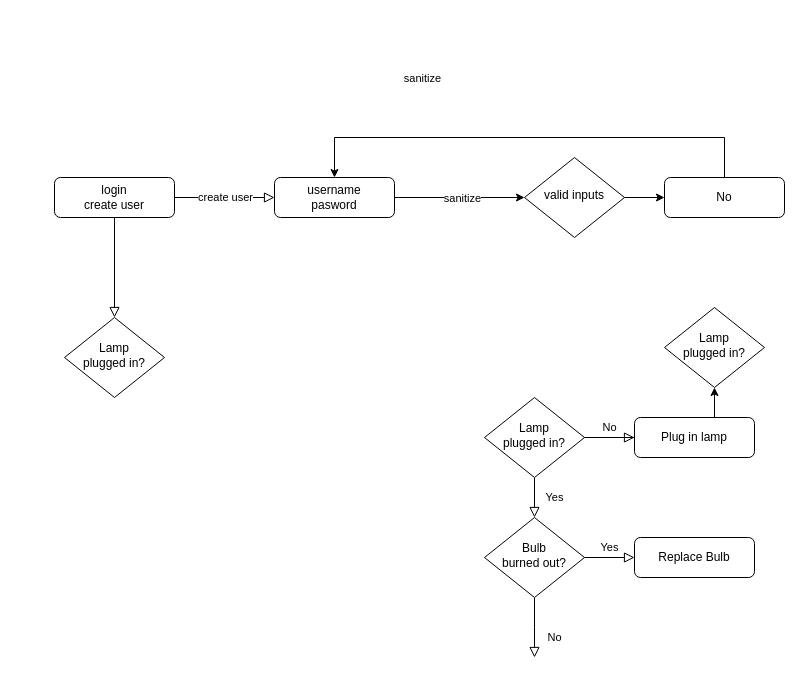
leaand01/simplePasswordManager keeps this draw.io diagram as Unavngivet diagram.drawio. Above is the earlier version. Source tidied: cells renumbered, new cells numbered last; positions are measured from the earlier drawing's top-left corner, leaving out a move shared by most shapes. Both pictures are drawn from the tidied source at 100%, with x=0, y=0 at pixel (54, 27).
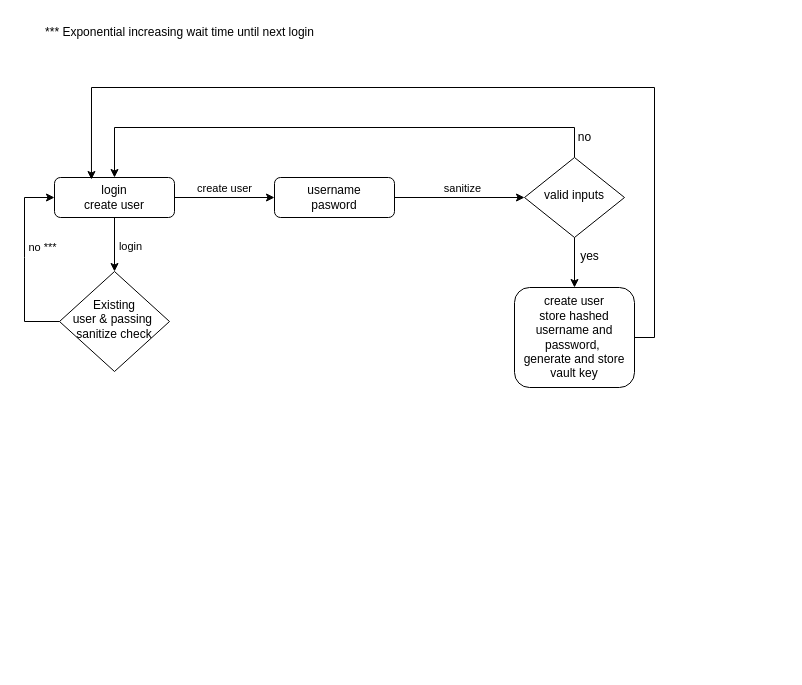
The same page after the edit.

The change refers to these unchanged cells:
```xml
<mxCell id="2" value="login&lt;div&gt;create user&lt;/div&gt;" style="rounded=1;whiteSpace=wrap;html=1;fontSize=12;glass=0;strokeWidth=1;shadow=0;" parent="1" vertex="1">
  <mxGeometry y="150" width="120" height="40" as="geometry" />
</mxCell>
<mxCell id="13" value="username&lt;div&gt;pasword&lt;/div&gt;" style="rounded=1;whiteSpace=wrap;html=1;fontSize=12;glass=0;strokeWidth=1;shadow=0;" parent="1" vertex="1">
  <mxGeometry x="220" y="150" width="120" height="40" as="geometry" />
</mxCell>
```

The edit, as a diff of the source:
```diff
@@
-    <mxCell id="3" value="Yes" style="rounded=0;html=1;jettySize=auto;fontSize=11;endArrow=block;endFill=0;endSize=8;strokeWidth=1;shadow=0;labelBackgroundColor=none;edgeStyle=orthogonalEdgeStyle;" parent="1" edge="1" source="6" target="10">
-      <mxGeometry y="20" relative="1" as="geometry" />
-    </mxCell>
-    <mxCell id="4" value="No" style="edgeStyle=orthogonalEdgeStyle;rounded=0;html=1;jettySize=auto;fontSize=11;endArrow=block;endFill=0;endSize=8;strokeWidth=1;shadow=0;labelBackgroundColor=none;" parent="1" edge="1" source="6" target="7">
-      <mxGeometry y="10" relative="1" as="geometry" />
-    </mxCell>
-    <mxCell id="5" style="edgeStyle=orthogonalEdgeStyle;rounded=0;jettySize=auto;html=1;" parent="1" edge="1" source="6" target="18">
-      <mxGeometry relative="1" as="geometry" />
-    </mxCell>
-    <mxCell id="6" value="Lamp&lt;br&gt;plugged in?" style="rhombus;whiteSpace=wrap;html=1;shadow=0;fontFamily=Helvetica;fontSize=12;align=center;strokeWidth=1;spacing=6;spacingTop=-4;" parent="1" vertex="1">
-      <mxGeometry x="430" y="370" width="100" height="80" as="geometry" />
-    </mxCell>
-    <mxCell id="7" value="Plug in lamp" style="rounded=1;whiteSpace=wrap;html=1;fontSize=12;glass=0;strokeWidth=1;shadow=0;" parent="1" vertex="1">
-      <mxGeometry x="580" y="390" width="120" height="40" as="geometry" />
-    </mxCell>
-    <mxCell id="8" value="No" style="rounded=0;html=1;jettySize=auto;fontSize=11;endArrow=block;endFill=0;endSize=8;strokeWidth=1;shadow=0;labelBackgroundColor=none;edgeStyle=orthogonalEdgeStyle;" parent="1" edge="1" source="10">
-      <mxGeometry x="0.33" y="20" relative="1" as="geometry">
-        <mxPoint x="480" y="630" as="targetPoint" />
-      </mxGeometry>
-    </mxCell>
-    <mxCell id="9" value="Yes" style="edgeStyle=orthogonalEdgeStyle;rounded=0;html=1;jettySize=auto;fontSize=11;endArrow=block;endFill=0;endSize=8;strokeWidth=1;shadow=0;labelBackgroundColor=none;" parent="1" edge="1" source="10" target="11">
-      <mxGeometry y="10" relative="1" as="geometry" />
-    </mxCell>
-    <mxCell id="10" value="Bulb&lt;br&gt;burned out?" style="rhombus;whiteSpace=wrap;html=1;shadow=0;fontFamily=Helvetica;fontSize=12;align=center;strokeWidth=1;spacing=6;spacingTop=-4;" parent="1" vertex="1">
-      <mxGeometry x="430" y="490" width="100" height="80" as="geometry" />
-    </mxCell>
-    <mxCell id="11" value="Replace Bulb" style="rounded=1;whiteSpace=wrap;html=1;fontSize=12;glass=0;strokeWidth=1;shadow=0;" parent="1" vertex="1">
-      <mxGeometry x="580" y="510" width="120" height="40" as="geometry" />
-    </mxCell>
@@
-    <mxCell id="14" value="Lamp&lt;br&gt;plugged in?" style="rhombus;whiteSpace=wrap;html=1;shadow=0;fontFamily=Helvetica;fontSize=12;align=center;strokeWidth=1;spacing=6;spacingTop=-4;" parent="1" vertex="1">
-      <mxGeometry x="10" y="290" width="100" height="80" as="geometry" />
+    <mxCell id="14" value="Existing&lt;div&gt;user&amp;nbsp;&lt;span style=&quot;background-color: initial;&quot;&gt;&amp;amp; p&lt;/span&gt;&lt;span style=&quot;background-color: initial;&quot;&gt;assing&amp;nbsp;&lt;/span&gt;&lt;div&gt;&lt;span style=&quot;background-color: initial;&quot;&gt;sanitize&amp;nbsp;&lt;/span&gt;&lt;span style=&quot;background-color: initial;&quot;&gt;check&lt;/span&gt;&lt;/div&gt;&lt;/div&gt;" style="rhombus;whiteSpace=wrap;html=1;shadow=0;fontFamily=Helvetica;fontSize=12;align=center;strokeWidth=1;spacing=6;spacingTop=-4;" parent="1" vertex="1">
+      <mxGeometry x="5" y="244" width="110" height="100" as="geometry" />
     </mxCell>
-    <mxCell id="15" style="rounded=0;html=1;jettySize=auto;fontSize=11;endArrow=block;endFill=0;endSize=8;strokeWidth=1;shadow=0;labelBackgroundColor=none;edgeStyle=orthogonalEdgeStyle;entryX=0.5;entryY=0;entryDx=0;entryDy=0;exitX=0.5;exitY=1;exitDx=0;exitDy=0;" parent="1" edge="1" source="2" target="14">
-      <mxGeometry relative="1" as="geometry" />
-    </mxCell>
+    <mxCell id="25" style="edgeStyle=orthogonalEdgeStyle;rounded=0;jettySize=auto;html=1;exitX=0.5;exitY=0;exitDx=0;exitDy=0;entryX=0.5;entryY=0;entryDx=0;entryDy=0;" parent="1" edge="1" source="20" target="2">
+      <mxGeometry relative="1" as="geometry">
+        <Array as="points">
+          <mxPoint x="520" y="100" />
+          <mxPoint x="60" y="100" />
+        </Array>
+      </mxGeometry>
+    </mxCell>
+    <mxCell id="20" value="valid i&lt;span style=&quot;background-color: initial;&quot;&gt;nputs&lt;/span&gt;" style="rhombus;whiteSpace=wrap;html=1;shadow=0;fontFamily=Helvetica;fontSize=12;align=center;strokeWidth=1;spacing=6;spacingTop=-4;" parent="1" vertex="1">
+      <mxGeometry x="470" y="130" width="100" height="80" as="geometry" />
+    </mxCell>
+    <mxCell id="21" value="sanitize" style="edgeLabel;html=1;align=center;verticalAlign=middle;" parent="1" vertex="1">
+      <mxGeometry x="350" y="110" as="geometry">
+        <mxPoint x="57" y="50" as="offset" />
+      </mxGeometry>
+    </mxCell>
+    <mxCell id="26" style="edgeStyle=orthogonalEdgeStyle;rounded=0;jettySize=auto;html=1;exitX=0.5;exitY=1;exitDx=0;exitDy=0;entryX=0.5;entryY=0;entryDx=0;entryDy=0;" parent="1" edge="1" source="20" target="27">
+      <mxGeometry relative="1" as="geometry" />
+    </mxCell>
+    <mxCell id="27" value="create user&lt;div&gt;store hashed username and password,&amp;nbsp;&lt;/div&gt;&lt;div&gt;generate and store vault key&lt;/div&gt;" style="rounded=1;whiteSpace=wrap;html=1;fontSize=12;glass=0;strokeWidth=1;shadow=0;" parent="1" vertex="1">
+      <mxGeometry x="460" y="260" width="120" height="100" as="geometry" />
+    </mxCell>
+    <mxCell id="28" value="login" style="edgeLabel;html=1;align=center;verticalAlign=middle;" parent="1" vertex="1">
+      <mxGeometry x="100" y="220" as="geometry">
+        <mxPoint x="-25" y="-2" as="offset" />
+      </mxGeometry>
+    </mxCell>
-    <mxCell id="16" style="rounded=0;html=1;jettySize=auto;fontSize=11;endArrow=block;endFill=0;endSize=8;strokeWidth=1;shadow=0;labelBackgroundColor=none;edgeStyle=orthogonalEdgeStyle;entryX=0;entryY=0.5;entryDx=0;entryDy=0;exitX=1;exitY=0.5;exitDx=0;exitDy=0;" parent="1" edge="1" source="2" target="13">
+    <mxCell id="16" style="endArrow=classic;html=1;rounded=0;exitX=1;exitY=0.5;exitDx=0;exitDy=0;entryX=0;entryY=0.5;entryDx=0;entryDy=0;" parent="1" edge="1" source="2" target="13">
       <mxGeometry relative="1" as="geometry" />
     </mxCell>
-    <mxCell id="17" value="create user" style="edgeLabel;html=1;align=center;verticalAlign=middle;" parent="16" vertex="1">
-      <mxGeometry x="-0.01" y="1" relative="1" as="geometry" />
+    <mxCell id="17" value="&lt;font style=&quot;font-size: 11px;&quot;&gt;create user&lt;/font&gt;" style="text;html=1;align=center;verticalAlign=middle;strokeColor=none;fillColor=none;" parent="1" vertex="1">
+      <mxGeometry x="130" y="146" width="80" height="30" as="geometry" />
     </mxCell>
-    <mxCell id="18" value="Lamp&lt;br&gt;plugged in?" style="rhombus;whiteSpace=wrap;html=1;shadow=0;fontFamily=Helvetica;fontSize=12;align=center;strokeWidth=1;spacing=6;spacingTop=-4;" parent="1" vertex="1">
-      <mxGeometry x="610" y="280" width="100" height="80" as="geometry" />
-    </mxCell>
-    <mxCell id="19" style="edgeStyle=orthogonalEdgeStyle;rounded=0;jettySize=auto;html=1;exitX=1;exitY=0.5;exitDx=0;exitDy=0;entryX=0;entryY=0.5;entryDx=0;entryDy=0;" parent="1" edge="1" source="20" target="24">
-      <mxGeometry relative="1" as="geometry" />
-    </mxCell>
-    <mxCell id="20" value="valid inputs" style="rhombus;whiteSpace=wrap;html=1;shadow=0;fontFamily=Helvetica;fontSize=12;align=center;strokeWidth=1;spacing=6;spacingTop=-4;" parent="1" vertex="1">
-      <mxGeometry x="470" y="130" width="100" height="80" as="geometry" />
-    </mxCell>
-    <mxCell id="21" value="sanitize" style="edgeLabel;html=1;align=center;verticalAlign=middle;" parent="1" vertex="1">
-      <mxGeometry x="350" y="120" as="geometry">
-        <mxPoint x="57" y="50" as="offset" />
-      </mxGeometry>
-    </mxCell>
-    <mxCell id="22" value="sanitize" style="edgeLabel;html=1;align=center;verticalAlign=middle;" parent="1" vertex="1">
-      <mxGeometry x="310" as="geometry">
-        <mxPoint x="57" y="50" as="offset" />
-      </mxGeometry>
-    </mxCell>
-    <mxCell id="23" style="edgeStyle=orthogonalEdgeStyle;rounded=0;jettySize=auto;html=1;exitX=0.5;exitY=0;exitDx=0;exitDy=0;entryX=0.5;entryY=0;entryDx=0;entryDy=0;" parent="1" edge="1" source="24" target="13">
-      <mxGeometry relative="1" as="geometry">
-        <Array as="points">
-          <mxPoint x="670" y="110" />
-          <mxPoint x="280" y="110" />
-        </Array>
-      </mxGeometry>
-    </mxCell>
-    <mxCell id="24" value="No" style="rounded=1;whiteSpace=wrap;html=1;fontSize=12;glass=0;strokeWidth=1;shadow=0;" parent="1" vertex="1">
-      <mxGeometry x="610" y="150" width="120" height="40" as="geometry" />
-    </mxCell>
+    <mxCell id="29" value="no" style="text;html=1;align=center;verticalAlign=middle;strokeColor=none;fillColor=none;" parent="1" vertex="1">
+      <mxGeometry x="510" y="95" width="40" height="30" as="geometry" />
+    </mxCell>
+    <mxCell id="30" style="endArrow=classic;html=1;rounded=0;exitX=1;exitY=0.5;exitDx=0;exitDy=0;entryX=0.308;entryY=0.05;entryDx=0;entryDy=0;entryPerimeter=0;" parent="1" edge="1" source="27" target="2">
+      <mxGeometry relative="1" as="geometry">
+        <Array as="points">
+          <mxPoint x="600" y="310" />
+          <mxPoint x="600" y="60" />
+          <mxPoint x="37" y="60" />
+        </Array>
+      </mxGeometry>
+    </mxCell>
+    <mxCell id="31" value="yes" style="text;html=1;align=center;verticalAlign=middle;strokeColor=none;fillColor=none;" parent="1" vertex="1">
+      <mxGeometry x="515" y="214" width="40" height="30" as="geometry" />
+    </mxCell>
+    <mxCell id="15" style="endArrow=classic;html=1;rounded=0;exitX=0.5;exitY=1;exitDx=0;exitDy=0;entryX=0.5;entryY=0;entryDx=0;entryDy=0;" parent="1" edge="1" source="2" target="14">
+      <mxGeometry relative="1" as="geometry" />
+    </mxCell>
+    <mxCell id="32" style="edgeStyle=none;jettySize=auto;html=1;rounded=0;entryX=0;entryY=0.5;entryDx=0;entryDy=0;exitX=0;exitY=0.5;exitDx=0;exitDy=0;" parent="1" edge="1" source="14" target="2">
+      <mxGeometry relative="1" as="geometry">
+        <Array as="points">
+          <mxPoint x="-30" y="294" />
+          <mxPoint x="-30" y="230" />
+          <mxPoint x="-30" y="170" />
+        </Array>
+      </mxGeometry>
+    </mxCell>
+    <mxCell id="33" value="&lt;font style=&quot;font-size: 11px;&quot;&gt;no ***&lt;/font&gt;" style="text;html=1;align=center;verticalAlign=middle;strokeColor=none;fillColor=none;" parent="1" vertex="1">
+      <mxGeometry x="-37" y="205" width="50" height="30" as="geometry" />
+    </mxCell>
+    <mxCell id="34" value="*** Exponential increasing wait time until next login" style="text;html=1;align=center;verticalAlign=middle;strokeColor=none;fillColor=none;" parent="1" vertex="1">
+      <mxGeometry x="-20" y="-10" width="290" height="30" as="geometry" />
+    </mxCell>
```
